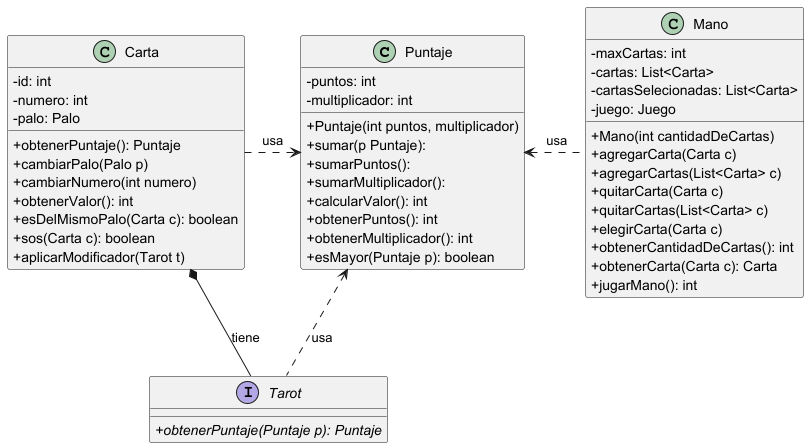
facukresta/g06-tp2-2c-2024 keeps this PlantUML diagram as diagrams/classes/Puntaje.png. Above is the earlier version. Its diagram source:
```plantuml
@startuml Puntaje
skinparam classAttributeIconSize 0
class Puntaje {
-puntos: int
-multiplicador: int
+Puntaje(int puntos, multiplicador)
+sumar(p Puntaje):
+sumarPuntos():
+sumarMultiplicador():
+calcularValor(): int
+obtenerPuntos(): int
+obtenerMultiplicador(): int
+esMayor(Puntaje p): boolean
}

class Carta {
-id: int
-numero: int
-palo: Palo
+obtenerPuntaje(): Puntaje
+cambiarPalo(Palo p)
+cambiarNumero(int numero)
+obtenerValor(): int
+esDelMismoPalo(Carta c): boolean
+sos(Carta c): boolean
+aplicarModificador(Tarot t)
}

interface Tarot {
+{abstract}obtenerPuntaje(Puntaje p): Puntaje
}

Carta *-- Tarot :tiene

class Mano {
-maxCartas: int
-cartas: List<Carta>
-cartasSelecionadas: List<Carta>
-juego: Juego
+Mano(int cantidadDeCartas)
+agregarCarta(Carta c)
+agregarCartas(List<Carta> c)
+quitarCarta(Carta c)
+quitarCartas(List<Carta> c)
+elegirCarta(Carta c)
+obtenerCantidadDeCartas(): int
+obtenerCarta(Carta c): Carta
+jugarMano(): int
}


Mano .left.> Puntaje: " usa"
Tarot .up.> Puntaje: "usa"
Puntaje <.left. Carta: "usa"

@enduml
```
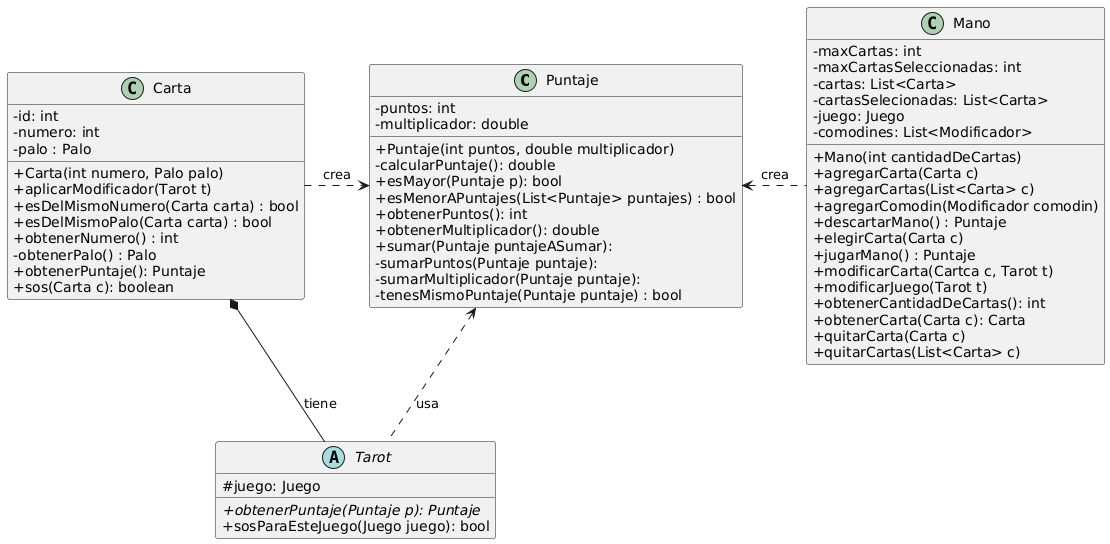
Above is the later version.

Diff of the diagram source:
```diff
@@ -1,56 +1,67 @@
-@startuml Puntaje
+@startuml
 skinparam classAttributeIconSize 0
+
 class Puntaje {
 -puntos: int
--multiplicador: int
-+Puntaje(int puntos, multiplicador)
-+sumar(p Puntaje):
-+sumarPuntos():
-+sumarMultiplicador():
-+calcularValor(): int
+-multiplicador: double
++Puntaje(int puntos, double multiplicador)
+-calcularPuntaje(): double
++esMayor(Puntaje p): bool
++esMenorAPuntajes(List<Puntaje> puntajes) : bool
 +obtenerPuntos(): int
-+obtenerMultiplicador(): int
-+esMayor(Puntaje p): boolean
++obtenerMultiplicador(): double
++sumar(Puntaje puntajeASumar):
+-sumarPuntos(Puntaje puntaje):
+-sumarMultiplicador(Puntaje puntaje):
+-tenesMismoPuntaje(Puntaje puntaje) : bool
 }
 
 class Carta {
 -id: int
 -numero: int
--palo: Palo
+-palo : Palo
++Carta(int numero, Palo palo)
++aplicarModificador(Tarot t)
++esDelMismoNumero(Carta carta) : bool
++esDelMismoPalo(Carta carta) : bool
++obtenerNumero() : int
+-obtenerPalo() : Palo
 +obtenerPuntaje(): Puntaje
-+cambiarPalo(Palo p)
-+cambiarNumero(int numero)
-+obtenerValor(): int
-+esDelMismoPalo(Carta c): boolean
 +sos(Carta c): boolean
-+aplicarModificador(Tarot t)
 }
 
-interface Tarot {
+abstract class Tarot{
+#juego: Juego
 +{abstract}obtenerPuntaje(Puntaje p): Puntaje
++sosParaEsteJuego(Juego juego): bool
 }
 
 Carta *-- Tarot :tiene
 
 class Mano {
 -maxCartas: int
+-maxCartasSeleccionadas: int
 -cartas: List<Carta>
 -cartasSelecionadas: List<Carta>
 -juego: Juego
+-comodines: List<Modificador>
 +Mano(int cantidadDeCartas)
 +agregarCarta(Carta c)
 +agregarCartas(List<Carta> c)
++agregarComodin(Modificador comodin)
++descartarMano() : Puntaje
++elegirCarta(Carta c)
++jugarMano() : Puntaje
++modificarCarta(Cartca c, Tarot t)
++modificarJuego(Tarot t)
++obtenerCantidadDeCartas(): int
++obtenerCarta(Carta c): Carta
 +quitarCarta(Carta c)
 +quitarCartas(List<Carta> c)
-+elegirCarta(Carta c)
-+obtenerCantidadDeCartas(): int
-+obtenerCarta(Carta c): Carta
-+jugarMano(): int
 }
 
 
-Mano .left.> Puntaje: " usa"
+Mano .left.> Puntaje: "crea"
 Tarot .up.> Puntaje: "usa"
-Puntaje <.left. Carta: "usa"
-
+Puntaje <.left. Carta: "crea"
 @enduml
```
